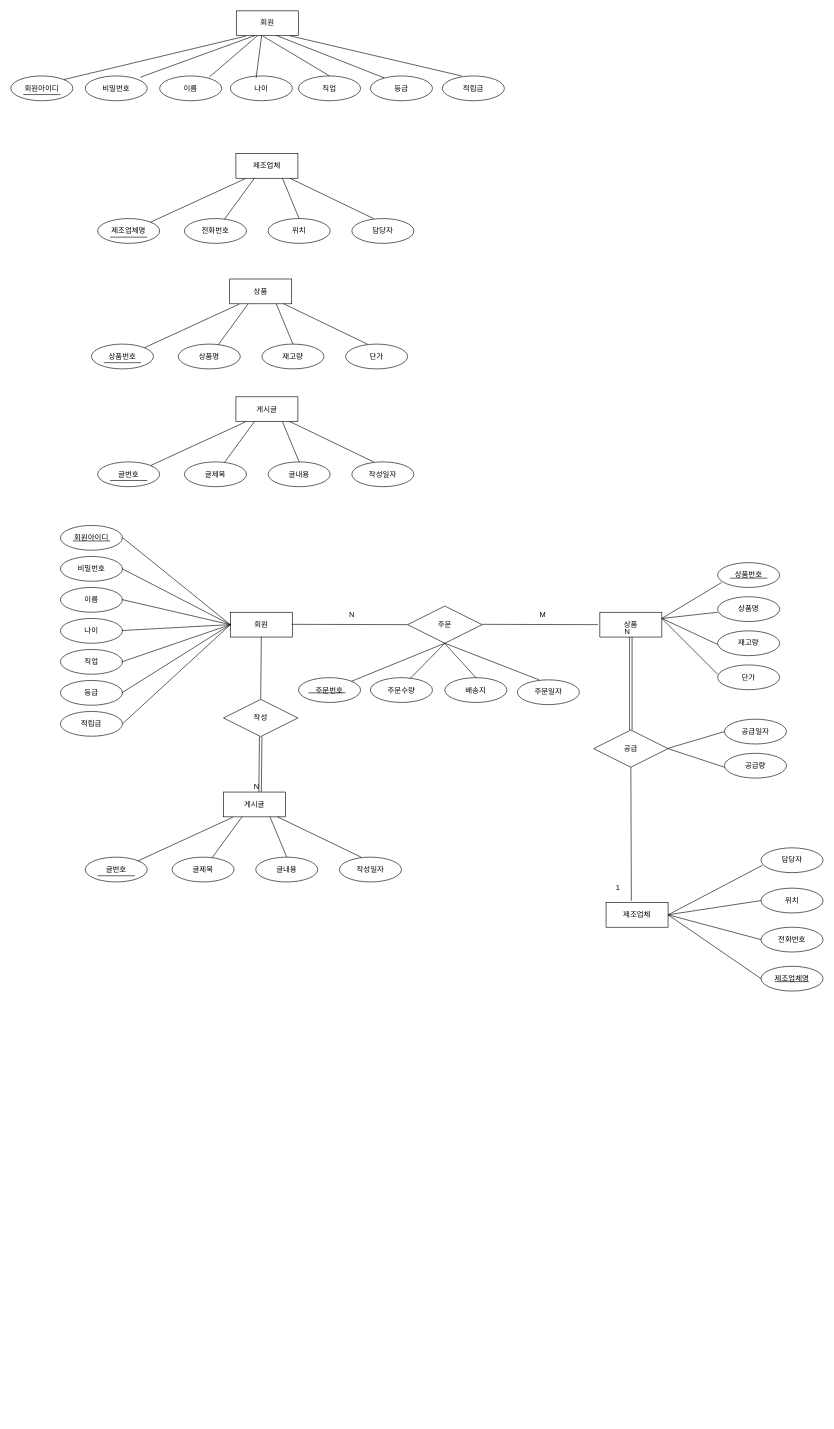
Above: 10주차_한빛마트 (E-R) 개념적 설계/한빛마트 (E-R) 개념적 설계.drawio in psy0635-ctrl/DB_2026-2 (draw.io), before the change. Source tidied: cells renumbered, new cells numbered last; positions are measured from the earlier drawing's top-left corner, leaving out a move shared by most shapes. Both pictures are drawn from the tidied source at 62%, with x=0, y=0 at pixel (11, 11).
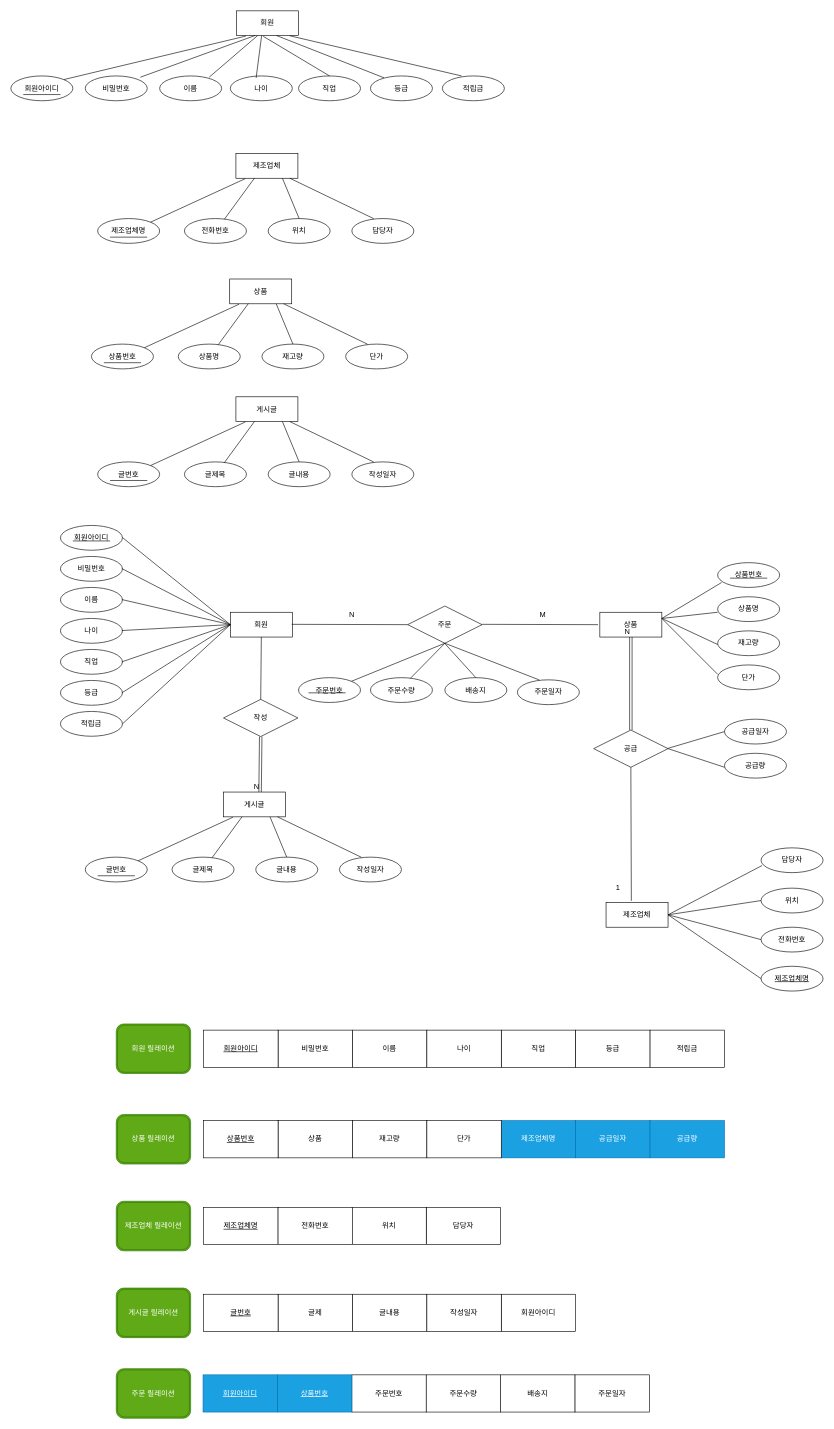
Above is the later version.

What changed in the source:
```diff
@@
+    <mxCell id="120" value="이름" style="rounded=0;whiteSpace=wrap;html=1;" parent="1" vertex="1">
+      <mxGeometry x="551" y="1644" width="120" height="60" as="geometry" />
+    </mxCell>
+    <mxCell id="121" value="비밀번호" style="rounded=0;whiteSpace=wrap;html=1;" parent="1" vertex="1">
+      <mxGeometry x="431" y="1644" width="120" height="60" as="geometry" />
+    </mxCell>
+    <mxCell id="122" value="&lt;u&gt;회원아이디&lt;/u&gt;" style="rounded=0;whiteSpace=wrap;html=1;" parent="1" vertex="1">
+      <mxGeometry x="311" y="1644" width="120" height="60" as="geometry" />
+    </mxCell>
+    <mxCell id="123" value="직업" style="rounded=0;whiteSpace=wrap;html=1;" parent="1" vertex="1">
+      <mxGeometry x="791" y="1644" width="120" height="60" as="geometry" />
+    </mxCell>
+    <mxCell id="124" value="나이" style="rounded=0;whiteSpace=wrap;html=1;" parent="1" vertex="1">
+      <mxGeometry x="671" y="1644" width="120" height="60" as="geometry" />
+    </mxCell>
+    <mxCell id="125" value="등급" style="rounded=0;whiteSpace=wrap;html=1;" parent="1" vertex="1">
+      <mxGeometry x="911" y="1644" width="120" height="60" as="geometry" />
+    </mxCell>
+    <mxCell id="126" value="적립금" style="rounded=0;whiteSpace=wrap;html=1;" parent="1" vertex="1">
+      <mxGeometry x="1031" y="1644" width="120" height="60" as="geometry" />
+    </mxCell>
+    <mxCell id="127" value="재고량" style="rounded=0;whiteSpace=wrap;html=1;" parent="1" vertex="1">
+      <mxGeometry x="551" y="1790" width="120" height="60" as="geometry" />
+    </mxCell>
+    <mxCell id="128" value="상품" style="rounded=0;whiteSpace=wrap;html=1;" parent="1" vertex="1">
+      <mxGeometry x="431" y="1790" width="120" height="60" as="geometry" />
+    </mxCell>
+    <mxCell id="129" value="&lt;u&gt;상품번호&lt;/u&gt;" style="rounded=0;whiteSpace=wrap;html=1;" parent="1" vertex="1">
+      <mxGeometry x="311" y="1790" width="120" height="60" as="geometry" />
+    </mxCell>
+    <mxCell id="130" value="제조업체명" style="rounded=0;whiteSpace=wrap;html=1;fillColor=#1ba1e2;fontColor=#ffffff;strokeColor=#006EAF;" parent="1" vertex="1">
+      <mxGeometry x="791" y="1790" width="120" height="60" as="geometry" />
+    </mxCell>
+    <mxCell id="131" value="단가" style="rounded=0;whiteSpace=wrap;html=1;" parent="1" vertex="1">
+      <mxGeometry x="671" y="1790" width="120" height="60" as="geometry" />
+    </mxCell>
+    <mxCell id="132" value="공급일자" style="rounded=0;whiteSpace=wrap;html=1;fillColor=#1ba1e2;fontColor=#ffffff;strokeColor=#006EAF;" parent="1" vertex="1">
+      <mxGeometry x="911" y="1790" width="120" height="60" as="geometry" />
+    </mxCell>
+    <mxCell id="133" value="공급량" style="rounded=0;whiteSpace=wrap;html=1;fillColor=#1ba1e2;fontColor=#ffffff;strokeColor=#006EAF;" parent="1" vertex="1">
+      <mxGeometry x="1031" y="1790" width="120" height="60" as="geometry" />
+    </mxCell>
+    <mxCell id="134" value="&lt;u&gt;제조업체명&lt;/u&gt;" style="rounded=0;whiteSpace=wrap;html=1;" parent="1" vertex="1">
+      <mxGeometry x="311" y="1930" width="120" height="60" as="geometry" />
+    </mxCell>
+    <mxCell id="135" value="담당자" style="rounded=0;whiteSpace=wrap;html=1;" parent="1" vertex="1">
+      <mxGeometry x="670" y="1930" width="120" height="60" as="geometry" />
+    </mxCell>
+    <mxCell id="136" value="위치" style="rounded=0;whiteSpace=wrap;html=1;" parent="1" vertex="1">
+      <mxGeometry x="550" y="1930" width="120" height="60" as="geometry" />
+    </mxCell>
+    <mxCell id="137" value="전화번호" style="rounded=0;whiteSpace=wrap;html=1;" parent="1" vertex="1">
+      <mxGeometry x="431" y="1930" width="120" height="60" as="geometry" />
+    </mxCell>
+    <mxCell id="138" value="글내용" style="rounded=0;whiteSpace=wrap;html=1;" parent="1" vertex="1">
+      <mxGeometry x="551" y="2070" width="120" height="60" as="geometry" />
+    </mxCell>
+    <mxCell id="139" value="글제" style="rounded=0;whiteSpace=wrap;html=1;" parent="1" vertex="1">
+      <mxGeometry x="431" y="2070" width="120" height="60" as="geometry" />
+    </mxCell>
+    <mxCell id="140" value="&lt;u&gt;글번호&lt;/u&gt;" style="rounded=0;whiteSpace=wrap;html=1;" parent="1" vertex="1">
+      <mxGeometry x="311" y="2070" width="120" height="60" as="geometry" />
+    </mxCell>
+    <mxCell id="141" value="회원아이디" style="rounded=0;whiteSpace=wrap;html=1;" parent="1" vertex="1">
+      <mxGeometry x="791" y="2070" width="120" height="60" as="geometry" />
+    </mxCell>
+    <mxCell id="142" value="작성일자" style="rounded=0;whiteSpace=wrap;html=1;" parent="1" vertex="1">
+      <mxGeometry x="671" y="2070" width="120" height="60" as="geometry" />
+    </mxCell>
+    <mxCell id="143" value="주문번호" style="rounded=0;whiteSpace=wrap;html=1;" parent="1" vertex="1">
+      <mxGeometry x="550" y="2200" width="120" height="60" as="geometry" />
+    </mxCell>
+    <mxCell id="144" value="&lt;u&gt;상품번호&lt;/u&gt;" style="rounded=0;whiteSpace=wrap;html=1;fillColor=#1ba1e2;fontColor=#ffffff;strokeColor=#006EAF;" parent="1" vertex="1">
+      <mxGeometry x="430" y="2200" width="120" height="60" as="geometry" />
+    </mxCell>
+    <mxCell id="145" value="&lt;u&gt;회원아이디&lt;/u&gt;" style="rounded=0;whiteSpace=wrap;html=1;fillColor=#1ba1e2;fontColor=#ffffff;strokeColor=#006EAF;" parent="1" vertex="1">
+      <mxGeometry x="310" y="2200" width="120" height="60" as="geometry" />
+    </mxCell>
+    <mxCell id="146" value="배송지" style="rounded=0;whiteSpace=wrap;html=1;" parent="1" vertex="1">
+      <mxGeometry x="790" y="2200" width="120" height="60" as="geometry" />
+    </mxCell>
+    <mxCell id="147" value="주문수량" style="rounded=0;whiteSpace=wrap;html=1;" parent="1" vertex="1">
+      <mxGeometry x="670" y="2200" width="120" height="60" as="geometry" />
+    </mxCell>
+    <mxCell id="148" value="주문일자" style="rounded=0;whiteSpace=wrap;html=1;" parent="1" vertex="1">
+      <mxGeometry x="910" y="2200" width="120" height="60" as="geometry" />
+    </mxCell>
+    <mxCell id="149" value="회원 릴레이션" style="shape=ext;double=1;rounded=1;whiteSpace=wrap;html=1;fillColor=#60a917;strokeColor=#2D7600;fontColor=#ffffff;" parent="1" vertex="1">
+      <mxGeometry x="170" y="1634" width="120" height="80" as="geometry" />
+    </mxCell>
+    <mxCell id="150" value="상품 릴레이션" style="shape=ext;double=1;rounded=1;whiteSpace=wrap;html=1;fillColor=#60a917;fontColor=#ffffff;strokeColor=#2D7600;" parent="1" vertex="1">
+      <mxGeometry x="170" y="1780" width="120" height="80" as="geometry" />
+    </mxCell>
+    <mxCell id="151" value="제조업체 릴레이션" style="shape=ext;double=1;rounded=1;whiteSpace=wrap;html=1;fillColor=#60a917;fontColor=#ffffff;strokeColor=#2D7600;" parent="1" vertex="1">
+      <mxGeometry x="170" y="1920" width="120" height="80" as="geometry" />
+    </mxCell>
+    <mxCell id="152" value="게시글 릴레이션" style="shape=ext;double=1;rounded=1;whiteSpace=wrap;html=1;fillColor=#60a917;fontColor=#ffffff;strokeColor=#2D7600;" parent="1" vertex="1">
+      <mxGeometry x="170" y="2060" width="120" height="80" as="geometry" />
+    </mxCell>
+    <mxCell id="153" value="주문 릴레이션" style="shape=ext;double=1;rounded=1;whiteSpace=wrap;html=1;fillColor=#60a917;fontColor=#ffffff;strokeColor=#2D7600;" parent="1" vertex="1">
+      <mxGeometry x="170" y="2190" width="120" height="80" as="geometry" />
+    </mxCell>
```
